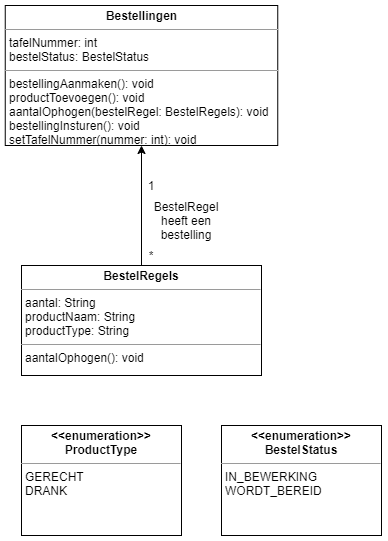
Before: documentatie/klasse/klasse-totaal.drawio.png, a diagram exported from draw.io (Armaniimus/ARE_Galaxy-burger). Source tidied: cells renumbered, new cells last; positions are measured from the earlier drawing's top-left corner, leaving out a move shared by most shapes.
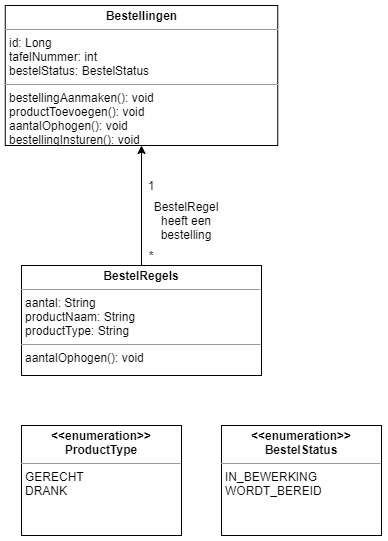
Above is the later version.

Commit message:
klasse diagram aangepast #1

What changed in the source:
```diff
@@ -5,7 +5,7 @@
     <mxCell id="2" style="edgeStyle=orthogonalEdgeStyle;rounded=0;jettySize=auto;html=1;exitX=0.5;exitY=0;exitDx=0;exitDy=0;entryX=0.5;entryY=1;entryDx=0;entryDy=0;endArrow=classic;endFill=1;" parent="1" edge="1" source="4" target="3">
       <mxGeometry relative="1" as="geometry" />
     </mxCell>
-    <mxCell id="3" value="&lt;p style=&quot;margin: 0px ; margin-top: 4px ; text-align: center&quot;&gt;&lt;b&gt;Bestellingen&lt;/b&gt;&lt;/p&gt;&lt;hr size=&quot;1&quot;&gt;&lt;p style=&quot;margin: 0px ; margin-left: 4px&quot;&gt;tafelNummer: int&lt;/p&gt;&lt;p style=&quot;margin: 0px ; margin-left: 4px&quot;&gt;bestelStatus: BestelStatus&lt;/p&gt;&lt;hr size=&quot;1&quot;&gt;&lt;p style=&quot;margin: 0px ; margin-left: 4px&quot;&gt;bestellingAanmaken(): void&lt;/p&gt;&lt;p style=&quot;margin: 0px ; margin-left: 4px&quot;&gt;productToevoegen(): void&lt;br&gt;&lt;/p&gt;&lt;p style=&quot;margin: 0px ; margin-left: 4px&quot;&gt;aantalOphogen(bestelRegel: BestelRegels&lt;span&gt;): void&lt;/span&gt;&lt;/p&gt;&lt;p style=&quot;margin: 0px ; margin-left: 4px&quot;&gt;bestellingInsturen(): void&lt;/p&gt;&lt;p style=&quot;margin: 0px ; margin-left: 4px&quot;&gt;setTafelNummer(nummer: int): void&lt;br&gt;&lt;/p&gt;" style="verticalAlign=top;align=left;overflow=fill;fontSize=12;fontFamily=Helvetica;html=1;" parent="1" vertex="1">
+    <mxCell id="3" value="&lt;p style=&quot;margin: 0px ; margin-top: 4px ; text-align: center&quot;&gt;&lt;b&gt;Bestellingen&lt;/b&gt;&lt;/p&gt;&lt;hr size=&quot;1&quot;&gt;&lt;p style=&quot;margin: 0px ; margin-left: 4px&quot;&gt;id: Long&lt;/p&gt;&lt;p style=&quot;margin: 0px ; margin-left: 4px&quot;&gt;tafelNummer: int&lt;/p&gt;&lt;p style=&quot;margin: 0px ; margin-left: 4px&quot;&gt;bestelStatus: BestelStatus&lt;/p&gt;&lt;hr size=&quot;1&quot;&gt;&lt;p style=&quot;margin: 0px ; margin-left: 4px&quot;&gt;bestellingAanmaken(): void&lt;/p&gt;&lt;p style=&quot;margin: 0px ; margin-left: 4px&quot;&gt;productToevoegen(): void&lt;br&gt;&lt;/p&gt;&lt;p style=&quot;margin: 0px ; margin-left: 4px&quot;&gt;aantalOphogen(&lt;span&gt;): void&lt;/span&gt;&lt;/p&gt;&lt;p style=&quot;margin: 0px ; margin-left: 4px&quot;&gt;bestellingInsturen(): void&lt;/p&gt;&lt;p style=&quot;margin: 0px ; margin-left: 4px&quot;&gt;setTafelNummer(): void&lt;br&gt;&lt;/p&gt;" style="verticalAlign=top;align=left;overflow=fill;fontSize=12;fontFamily=Helvetica;html=1;" parent="1" vertex="1">
       <mxGeometry x="-0.2" width="272.5" height="140" as="geometry" />
     </mxCell>
     <mxCell id="4" value="&lt;p style=&quot;margin: 0px ; margin-top: 4px ; text-align: center&quot;&gt;&lt;b&gt;BestelRegels&lt;/b&gt;&lt;/p&gt;&lt;hr size=&quot;1&quot;&gt;&lt;p style=&quot;margin: 0px ; margin-left: 4px&quot;&gt;aantal: String&lt;/p&gt;&lt;p style=&quot;margin: 0px ; margin-left: 4px&quot;&gt;productNaam: String&lt;br&gt;&lt;/p&gt;&lt;p style=&quot;margin: 0px ; margin-left: 4px&quot;&gt;productType: String&lt;br&gt;&lt;/p&gt;&lt;hr size=&quot;1&quot;&gt;&lt;p style=&quot;margin: 0px ; margin-left: 4px&quot;&gt;aantalOphogen(): void&lt;/p&gt;" style="verticalAlign=top;align=left;overflow=fill;fontSize=12;fontFamily=Helvetica;html=1;" parent="1" vertex="1">
```
